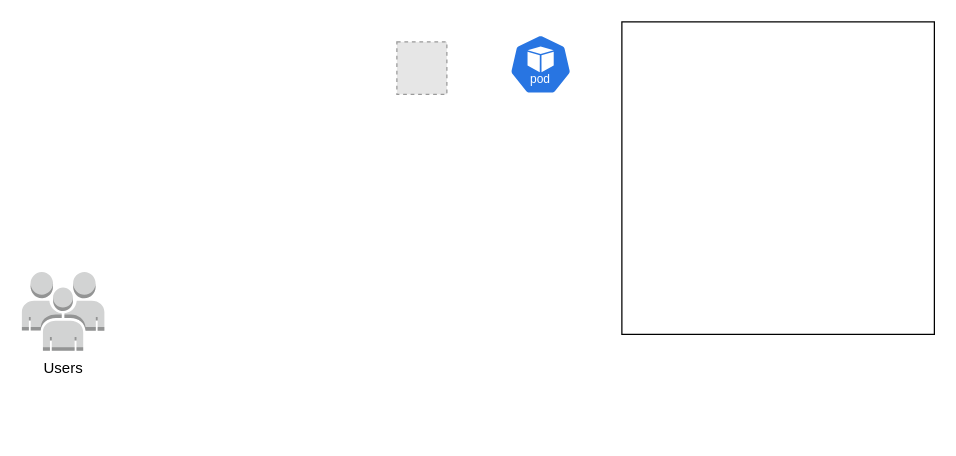
This is movie-ticket-booking-solution-design.drawio from vaibhavsonar/use-case-studies, a draw.io file, before an edit. Source tidied: cells renumbered, new cells numbered last; positions are measured from the earlier drawing's top-left corner, leaving out a move shared by most shapes. Both pictures are drawn from the tidied source at 125%, with x=0, y=0 at pixel (21, 21). Pictures stored in the file or linked from it are replaced by grey dashed boxes.
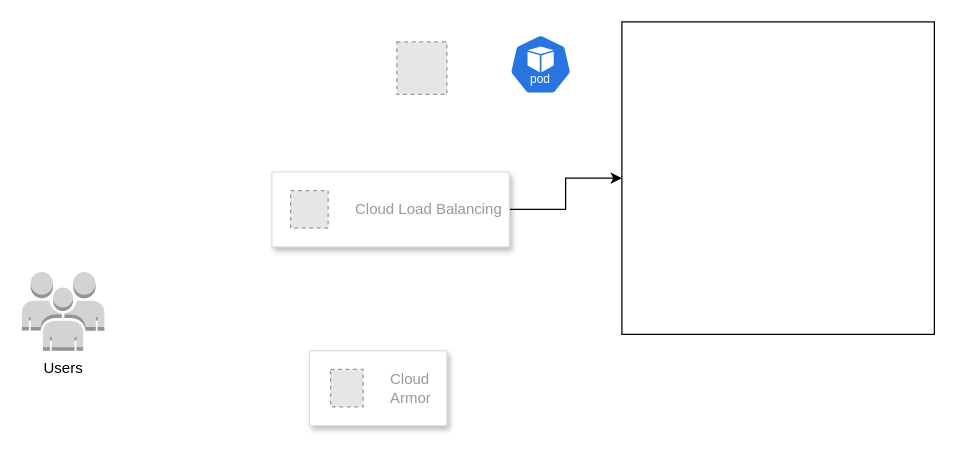
Above is the later version.

Change to the diagram source:
```diff
@@
 <mxGraphModel>
   <root>
     <mxCell id="0" />
     <mxCell id="1" parent="0" />
     <mxCell id="2" style="whiteSpace=wrap;html=1;" parent="1" vertex="1">
       <mxGeometry x="480" width="250" height="250" as="geometry" />
     </mxCell>
     <mxCell id="3" style="fillColor=#E6E6E6;strokeColor=#999999;dashed=1;html=1;verticalAlign=top;labelPosition=center;verticalLabelPosition=bottom;align=center;spacingTop=-6;fontSize=11;fontStyle=1;fontColor=#999999;" parent="1" vertex="1">
       <mxGeometry x="300" y="16" width="40" height="42" as="geometry" />
     </mxCell>
     <mxCell id="4" style="sketch=0;html=1;dashed=0;whitespace=wrap;verticalLabelPosition=bottom;verticalAlign=top;fillColor=#2875E2;strokeColor=#ffffff;shape=mxgraph.kubernetes.icon2;kubernetesLabel=1;prIcon=pod;" parent="1" vertex="1">
       <mxGeometry x="390" y="10" width="50" height="48" as="geometry" />
     </mxCell>
     <mxCell id="5" value="Users" style="dashed=0;verticalLabelPosition=bottom;verticalAlign=top;align=center;html=1;shape=mxgraph.aws3.users;fillColor=#D2D3D3;gradientColor=none;" parent="1" vertex="1">
       <mxGeometry y="200" width="66" height="63" as="geometry" />
     </mxCell>
+    <mxCell id="6" style="strokeColor=#dddddd;shadow=1;strokeWidth=1;rounded=1;absoluteArcSize=1;arcSize=2;" parent="1" vertex="1">
+      <mxGeometry x="230" y="263" width="110" height="60" as="geometry" />
+    </mxCell>
+    <mxCell id="7" value="Cloud&#10;Armor" style="fillColor=#E6E6E6;strokeColor=#999999;dashed=1;html=1;fontColor=#999999;verticalLabelPosition=middle;verticalAlign=middle;labelPosition=right;align=left;spacingLeft=20;" parent="6" vertex="1">
+      <mxGeometry width="26" height="30" relative="1" as="geometry">
+        <mxPoint x="17" y="15" as="offset" />
+      </mxGeometry>
+    </mxCell>
+    <mxCell id="8" style="edgeStyle=orthogonalEdgeStyle;rounded=0;jettySize=auto;html=1;" parent="1" edge="1" source="9" target="2">
+      <mxGeometry relative="1" as="geometry" />
+    </mxCell>
+    <mxCell id="9" style="strokeColor=#dddddd;shadow=1;strokeWidth=1;rounded=1;absoluteArcSize=1;arcSize=2;" parent="1" vertex="1">
+      <mxGeometry x="200" y="120" width="190" height="60" as="geometry" />
+    </mxCell>
+    <mxCell id="10" value="Cloud Load Balancing" style="fillColor=#E6E6E6;strokeColor=#999999;dashed=1;html=1;fontColor=#999999;verticalLabelPosition=middle;verticalAlign=middle;labelPosition=right;align=left;spacingLeft=20;" parent="9" vertex="1">
+      <mxGeometry width="30" height="30" relative="1" as="geometry">
+        <mxPoint x="15" y="15" as="offset" />
+      </mxGeometry>
+    </mxCell>
   </root>
 </mxGraphModel>
```
